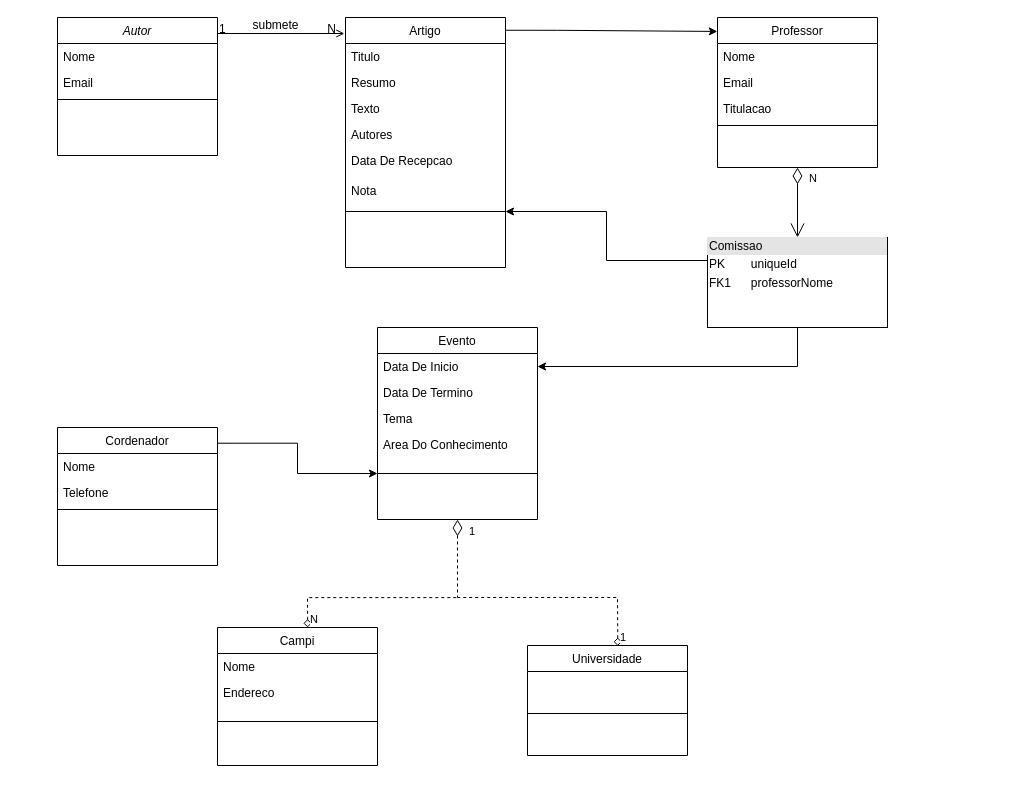
Earlier version of the draw.io diagram ufbna.drawio (BaagrieL/ufbna-diagrams). Source tidied: cells renumbered, new cells numbered last; positions are measured from the earlier drawing's top-left corner, leaving out a move shared by most shapes. Both pictures are drawn from the tidied source at 100%, with x=0, y=0 at pixel (57, 17).
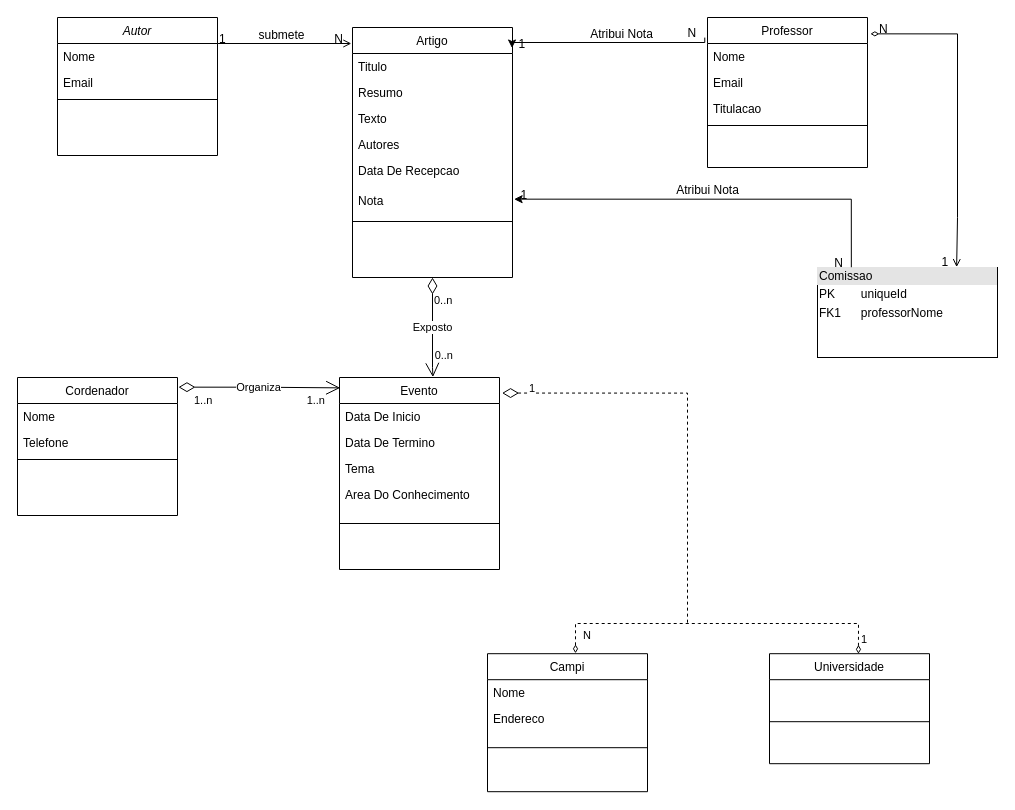
The same page after the edit.

Commit message:
Adicionado os relacionametos e cardinalidade

The change refers to these unchanged cells:
```xml
<mxCell id="11" value="Data De Inicio" style="text;align=left;verticalAlign=top;spacingLeft=4;spacingRight=4;overflow=hidden;points=[[0,0.5],[1,0.5]];portConstraint=eastwest;" parent="10" vertex="1">
  <mxGeometry y="26" width="160" height="26" as="geometry" />
</mxCell>
<mxCell id="15" style="line;html=1;strokeWidth=1;align=left;verticalAlign=middle;spacingTop=-1;spacingLeft=3;spacingRight=3;labelPosition=right;points=[];portConstraint=eastwest;" parent="10" vertex="1">
  <mxGeometry y="130" width="160" height="32" as="geometry" />
</mxCell>
<mxCell id="22" value="Nota" style="text;align=left;verticalAlign=top;spacingLeft=4;spacingRight=4;overflow=hidden;points=[[0,0.5],[1,0.5]];portConstraint=eastwest;rounded=0;shadow=0;html=0;" parent="16" vertex="1">
  <mxGeometry y="160" width="160" height="30" as="geometry" />
</mxCell>
<mxCell id="23" style="line;html=1;strokeWidth=1;align=left;verticalAlign=middle;spacingTop=-1;spacingLeft=3;spacingRight=3;labelPosition=right;points=[];portConstraint=eastwest;" parent="16" vertex="1">
  <mxGeometry y="190" width="160" height="8" as="geometry" />
</mxCell>
```

Diff of the diagram source:
```diff
@@
     <mxCell id="6" value="Cordenador" style="swimlane;fontStyle=0;align=center;verticalAlign=top;horizontal=1;startSize=26;rounded=0;shadow=0;strokeWidth=1;" parent="1" vertex="1">
-      <mxGeometry y="410" width="160" height="138" as="geometry" />
+      <mxGeometry x="-40" y="360" width="160" height="138" as="geometry" />
     </mxCell>
@@
     <mxCell id="10" value="Evento" style="swimlane;fontStyle=0;align=center;verticalAlign=top;horizontal=1;startSize=26;rounded=0;shadow=0;strokeWidth=1;" parent="1" vertex="1">
-      <mxGeometry x="320" y="310" width="160" height="192" as="geometry" />
+      <mxGeometry x="282" y="360" width="160" height="192" as="geometry" />
     </mxCell>
@@
     <mxCell id="16" value="Artigo" style="swimlane;fontStyle=0;align=center;verticalAlign=top;horizontal=1;startSize=26;rounded=0;shadow=0;strokeWidth=1;" parent="1" vertex="1">
-      <mxGeometry x="288" width="160" height="250" as="geometry" />
+      <mxGeometry x="295" y="10" width="160" height="250" as="geometry" />
     </mxCell>
@@
     <mxCell id="28" value="Professor" style="swimlane;fontStyle=0;align=center;verticalAlign=top;horizontal=1;startSize=26;rounded=0;shadow=0;strokeWidth=1;" parent="1" vertex="1">
-      <mxGeometry x="660" width="160" height="150" as="geometry" />
+      <mxGeometry x="650" width="160" height="150" as="geometry" />
     </mxCell>
@@
-    <mxCell id="33" style="edgeStyle=orthogonalEdgeStyle;rounded=0;jettySize=auto;html=1;entryX=-0.001;entryY=0.093;entryDx=0;entryDy=0;exitX=0.996;exitY=0.051;exitDx=0;exitDy=0;exitPerimeter=0;entryPerimeter=0;" parent="1" edge="1" source="16" target="28">
-      <mxGeometry relative="1" as="geometry">
-        <Array as="points">
-          <mxPoint x="500" y="13" />
-          <mxPoint x="540" y="13" />
-        </Array>
-      </mxGeometry>
-    </mxCell>
-    <mxCell id="34" style="edgeStyle=orthogonalEdgeStyle;rounded=0;jettySize=auto;html=1;" parent="1" edge="1" source="36" target="23">
-      <mxGeometry relative="1" as="geometry">
-        <Array as="points">
-          <mxPoint x="549" y="243" />
-          <mxPoint x="549" y="194" />
-        </Array>
-      </mxGeometry>
-    </mxCell>
-    <mxCell id="35" style="edgeStyle=orthogonalEdgeStyle;rounded=0;jettySize=auto;html=1;exitX=0.5;exitY=1;exitDx=0;exitDy=0;entryX=1;entryY=0.5;entryDx=0;entryDy=0;" parent="1" edge="1" source="36" target="11">
-      <mxGeometry relative="1" as="geometry" />
-    </mxCell>
     <mxCell id="36" value="&lt;div style=&quot;box-sizing:border-box;width:100%;background:#e4e4e4;padding:2px;&quot;&gt;Comissao&lt;/div&gt;&lt;table style=&quot;width:100%;font-size:1em;&quot; cellpadding=&quot;2&quot; cellspacing=&quot;0&quot;&gt;&lt;tbody&gt;&lt;tr&gt;&lt;td&gt;PK&lt;/td&gt;&lt;td&gt;uniqueId&lt;/td&gt;&lt;/tr&gt;&lt;tr&gt;&lt;td&gt;FK1&lt;/td&gt;&lt;td&gt;professorNome&lt;/td&gt;&lt;/tr&gt;&lt;tr&gt;&lt;td&gt;&lt;/td&gt;&lt;td&gt;&lt;br&gt;&lt;/td&gt;&lt;/tr&gt;&lt;/tbody&gt;&lt;/table&gt;" style="verticalAlign=top;align=left;overflow=fill;html=1;whiteSpace=wrap;" parent="1" vertex="1">
-      <mxGeometry x="650" y="220" width="180" height="90" as="geometry" />
+      <mxGeometry x="760" y="250" width="180" height="90" as="geometry" />
     </mxCell>
-    <mxCell id="37" style="edgeStyle=orthogonalEdgeStyle;rounded=0;jettySize=auto;html=1;exitX=1.003;exitY=0.114;exitDx=0;exitDy=0;exitPerimeter=0;" parent="1" edge="1" source="6" target="15">
-      <mxGeometry relative="1" as="geometry" />
-    </mxCell>
     <mxCell id="38" value="Campi" style="swimlane;fontStyle=0;align=center;verticalAlign=top;horizontal=1;startSize=26;rounded=0;shadow=0;strokeWidth=1;" parent="1" vertex="1">
-      <mxGeometry x="160" y="610" width="160" height="138" as="geometry" />
+      <mxGeometry x="430" y="636.2" width="160" height="138" as="geometry" />
     </mxCell>
@@
     <mxCell id="42" value="Universidade" style="swimlane;fontStyle=0;align=center;verticalAlign=top;horizontal=1;startSize=26;rounded=0;shadow=0;strokeWidth=1;" parent="1" vertex="1">
-      <mxGeometry x="470" y="628" width="160" height="110" as="geometry" />
+      <mxGeometry x="712" y="636.2" width="160" height="110" as="geometry" />
     </mxCell>
@@
+    <mxCell id="33" style="endArrow=none;shadow=0;strokeWidth=1;rounded=0;endFill=0;edgeStyle=elbowEdgeStyle;elbow=vertical;entryX=-0.017;entryY=0.134;entryDx=0;entryDy=0;entryPerimeter=0;exitX=0.997;exitY=0.082;exitDx=0;exitDy=0;exitPerimeter=0;startArrow=classic;startFill=1;" parent="1" edge="1" source="16" target="28">
+      <mxGeometry x="0.5" y="41" relative="1" as="geometry">
+        <mxPoint x="-40" y="32" as="offset" />
+      </mxGeometry>
+    </mxCell>
+    <mxCell id="50" value="1" style="align=left;verticalAlign=bottom;labelBackgroundColor=none;fontSize=12;" parent="33" vertex="1">
+      <mxGeometry x="-1" relative="1" as="geometry">
+        <mxPoint x="5" y="4" as="offset" />
+      </mxGeometry>
+    </mxCell>
+    <mxCell id="51" value="N" style="align=right;verticalAlign=bottom;labelBackgroundColor=none;fontSize=12;" parent="33" vertex="1">
+      <mxGeometry x="1" relative="1" as="geometry">
+        <mxPoint x="-7" y="4" as="offset" />
+      </mxGeometry>
+    </mxCell>
+    <mxCell id="52" value="Atribui Nota" style="text;html=1;align=center;verticalAlign=middle;labelBackgroundColor=none;rounded=0;shadow=0;strokeWidth=1;fontSize=12;" parent="33" vertex="1">
+      <mxGeometry x="0.5" y="49" relative="1" as="geometry">
+        <mxPoint x="-38" y="40" as="offset" />
+      </mxGeometry>
+    </mxCell>
+    <mxCell id="46" style="endArrow=open;shadow=0;strokeWidth=1;rounded=0;endFill=1;exitX=1.018;exitY=0.109;exitDx=0;exitDy=0;exitPerimeter=0;elbow=vertical;startArrow=diamondThin;startFill=0;entryX=0.773;entryY=-0.004;entryDx=0;entryDy=0;entryPerimeter=0;edgeStyle=orthogonalEdgeStyle;" parent="1" edge="1" source="28" target="36">
+      <mxGeometry x="0.5" y="41" relative="1" as="geometry">
+        <Array as="points">
+          <mxPoint x="900" y="16" />
+          <mxPoint x="900" y="200" />
+          <mxPoint x="899" y="200" />
+        </Array>
+        <mxPoint x="-40" y="32" as="offset" />
+      </mxGeometry>
+    </mxCell>
+    <mxCell id="53" value="N" style="align=left;verticalAlign=bottom;labelBackgroundColor=none;fontSize=12;" parent="46" vertex="1">
+      <mxGeometry x="-1" relative="1" as="geometry">
+        <mxPoint x="7" y="4" as="offset" />
+      </mxGeometry>
+    </mxCell>
+    <mxCell id="54" value="1" style="align=right;verticalAlign=bottom;labelBackgroundColor=none;fontSize=12;" parent="46" vertex="1">
+      <mxGeometry x="1" relative="1" as="geometry">
+        <mxPoint x="-7" y="4" as="offset" />
+      </mxGeometry>
+    </mxCell>
+    <mxCell id="55" style="endArrow=none;shadow=0;strokeWidth=1;rounded=0;endFill=0;entryX=0.188;entryY=-0.003;entryDx=0;entryDy=0;entryPerimeter=0;exitX=1.01;exitY=0.389;exitDx=0;exitDy=0;exitPerimeter=0;startArrow=classic;startFill=1;edgeStyle=orthogonalEdgeStyle;" parent="1" edge="1" source="22" target="36">
+      <mxGeometry x="0.5" y="41" relative="1" as="geometry">
+        <mxPoint x="-40" y="32" as="offset" />
+      </mxGeometry>
+    </mxCell>
+    <mxCell id="56" value="1" style="align=left;verticalAlign=bottom;labelBackgroundColor=none;fontSize=12;" parent="55" vertex="1">
+      <mxGeometry x="-1" relative="1" as="geometry">
+        <mxPoint x="5" y="4" as="offset" />
+      </mxGeometry>
+    </mxCell>
+    <mxCell id="57" value="N" style="align=right;verticalAlign=bottom;labelBackgroundColor=none;fontSize=12;" parent="55" vertex="1">
+      <mxGeometry x="1" relative="1" as="geometry">
+        <mxPoint x="-7" y="4" as="offset" />
+      </mxGeometry>
+    </mxCell>
+    <mxCell id="58" value="Atribui Nota" style="text;html=1;align=center;verticalAlign=middle;labelBackgroundColor=none;rounded=0;shadow=0;strokeWidth=1;fontSize=12;" parent="55" vertex="1">
+      <mxGeometry x="0.5" y="49" relative="1" as="geometry">
+        <mxPoint x="-111" y="40" as="offset" />
+      </mxGeometry>
+    </mxCell>
+    <mxCell id="59" value="Exposto" style="endArrow=open;html=1;endSize=12;startArrow=diamondThin;startSize=14;startFill=0;edgeStyle=orthogonalEdgeStyle;rounded=0;entryX=0.584;entryY=-0.002;entryDx=0;entryDy=0;entryPerimeter=0;exitX=0.5;exitY=1;exitDx=0;exitDy=0;" parent="1" edge="1" source="16" target="10">
+      <mxGeometry relative="1" as="geometry">
+        <Array as="points">
+          <mxPoint x="375" y="350" />
+        </Array>
+      </mxGeometry>
+    </mxCell>
+    <mxCell id="60" value="0..n" style="edgeLabel;html=1;align=left;verticalAlign=top;" parent="59" vertex="1">
+      <mxGeometry x="-1" relative="1" as="geometry">
+        <mxPoint y="10" as="offset" />
+      </mxGeometry>
+    </mxCell>
+    <mxCell id="61" value="0..n" style="edgeLabel;html=1;align=right;verticalAlign=top;" parent="59" vertex="1">
+      <mxGeometry x="1" relative="1" as="geometry">
+        <mxPoint x="21" y="-35" as="offset" />
+      </mxGeometry>
+    </mxCell>
+    <mxCell id="62" value="Organiza" style="endArrow=open;html=1;endSize=12;startArrow=diamondThin;startSize=14;startFill=0;edgeStyle=orthogonalEdgeStyle;rounded=0;exitX=1.006;exitY=0.07;exitDx=0;exitDy=0;exitPerimeter=0;entryX=0.004;entryY=0.054;entryDx=0;entryDy=0;entryPerimeter=0;" parent="1" edge="1" source="6" target="10">
+      <mxGeometry relative="1" as="geometry" />
+    </mxCell>
+    <mxCell id="63" value="1..n" style="edgeLabel;html=1;align=left;verticalAlign=top;" parent="62" vertex="1">
+      <mxGeometry x="-1" relative="1" as="geometry">
+        <mxPoint x="14" as="offset" />
+      </mxGeometry>
+    </mxCell>
+    <mxCell id="64" value="1..n" style="edgeLabel;html=1;align=right;verticalAlign=top;" parent="62" vertex="1">
+      <mxGeometry x="1" relative="1" as="geometry">
+        <mxPoint x="-14" as="offset" />
+      </mxGeometry>
+    </mxCell>
+    <mxCell id="65" style="group;" parent="1" vertex="1">
+      <mxGeometry x="510" y="377" width="290.9" height="229" as="geometry" />
+    </mxCell>
-    <mxCell id="44" style="endArrow=none;endFill=0;html=1;edgeStyle=orthogonalEdgeStyle;align=left;verticalAlign=top;rounded=0;dashed=1;exitX=0.564;exitY=0.004;exitDx=0;exitDy=0;exitPerimeter=0;startArrow=diamond;startFill=0;" parent="1" edge="1" source="42">
+    <mxCell id="44" style="endArrow=none;endFill=0;html=1;edgeStyle=orthogonalEdgeStyle;align=left;verticalAlign=top;rounded=0;dashed=1;startArrow=diamondThin;startFill=0;exitX=0.556;exitY=0.001;exitDx=0;exitDy=0;exitPerimeter=0;" parent="65" edge="1" source="42">
       <mxGeometry x="-1" relative="1" as="geometry">
-        <mxPoint x="400" y="580" as="targetPoint" />
+        <mxPoint x="121" y="229" as="targetPoint" />
         <Array as="points">
-          <mxPoint x="560" y="610" />
-          <mxPoint x="560" y="610" />
-          <mxPoint x="560" y="580" />
+          <mxPoint x="291" y="229" />
+          <mxPoint x="131" y="229" />
         </Array>
       </mxGeometry>
     </mxCell>
     <mxCell id="45" value="1" style="edgeLabel;html=1;align=left;verticalAlign=bottom;" parent="44" vertex="1">
       <mxGeometry x="-1" relative="1" as="geometry">
-        <mxPoint x="1" as="offset" />
+        <mxPoint x="1" y="-6" as="offset" />
       </mxGeometry>
     </mxCell>
-    <mxCell id="46" value="N" style="endArrow=open;html=1;endSize=12;startArrow=diamondThin;startSize=14;startFill=0;edgeStyle=orthogonalEdgeStyle;align=left;verticalAlign=bottom;rounded=0;exitX=0.5;exitY=1;exitDx=0;exitDy=0;entryX=0.5;entryY=0;entryDx=0;entryDy=0;" parent="1" edge="1" source="28" target="36">
-      <mxGeometry x="-0.43" y="10" relative="1" as="geometry" />
-    </mxCell>
-    <mxCell id="47" value="1" style="endArrow=none;html=1;endSize=12;startArrow=diamondThin;startSize=14;startFill=0;edgeStyle=orthogonalEdgeStyle;align=left;verticalAlign=bottom;rounded=0;exitX=0.5;exitY=1;exitDx=0;exitDy=0;endFill=0;dashed=1;" parent="1" edge="1" source="10">
-      <mxGeometry x="-0.47" y="10" relative="1" as="geometry">
-        <mxPoint x="400" y="580" as="targetPoint" />
+    <mxCell id="47" value="1" style="endArrow=none;html=1;endSize=12;startArrow=diamondThin;startSize=14;startFill=0;align=left;verticalAlign=bottom;rounded=0;endFill=0;dashed=1;edgeStyle=orthogonalEdgeStyle;exitX=1.016;exitY=0.081;exitDx=0;exitDy=0;exitPerimeter=0;" parent="65" edge="1" source="10">
+      <mxGeometry x="-0.88" y="-4" relative="1" as="geometry">
+        <mxPoint x="120" y="229" as="targetPoint" />
+        <Array as="points">
+          <mxPoint x="120" y="-1" />
+        </Array>
       </mxGeometry>
     </mxCell>
-    <mxCell id="48" style="endArrow=none;endFill=0;html=1;edgeStyle=orthogonalEdgeStyle;align=left;verticalAlign=top;rounded=0;dashed=1;startArrow=diamond;startFill=0;exitX=0.563;exitY=0.003;exitDx=0;exitDy=0;exitPerimeter=0;" parent="1" edge="1">
+    <mxCell id="48" style="endArrow=none;endFill=0;html=1;align=left;verticalAlign=top;rounded=0;dashed=1;startArrow=diamondThin;startFill=0;exitX=0.55;exitY=-0.003;exitDx=0;exitDy=0;exitPerimeter=0;elbow=vertical;edgeStyle=orthogonalEdgeStyle;" parent="65" edge="1" source="38">
       <mxGeometry x="-1" relative="1" as="geometry">
-        <mxPoint x="250.1" y="610" as="sourcePoint" />
-        <mxPoint x="400" y="580.1" as="targetPoint" />
+        <mxPoint x="122" y="229" as="targetPoint" />
         <Array as="points">
-          <mxPoint x="250" y="600" />
-          <mxPoint x="250" y="600" />
-          <mxPoint x="250" y="580" />
+          <mxPoint x="8" y="229" />
         </Array>
       </mxGeometry>
     </mxCell>
     <mxCell id="49" value="N" style="edgeLabel;html=1;align=left;verticalAlign=bottom;" parent="48" vertex="1">
       <mxGeometry x="-1" relative="1" as="geometry">
-        <mxPoint x="1" as="offset" />
+        <mxPoint x="6" y="-10" as="offset" />
       </mxGeometry>
     </mxCell>
```
